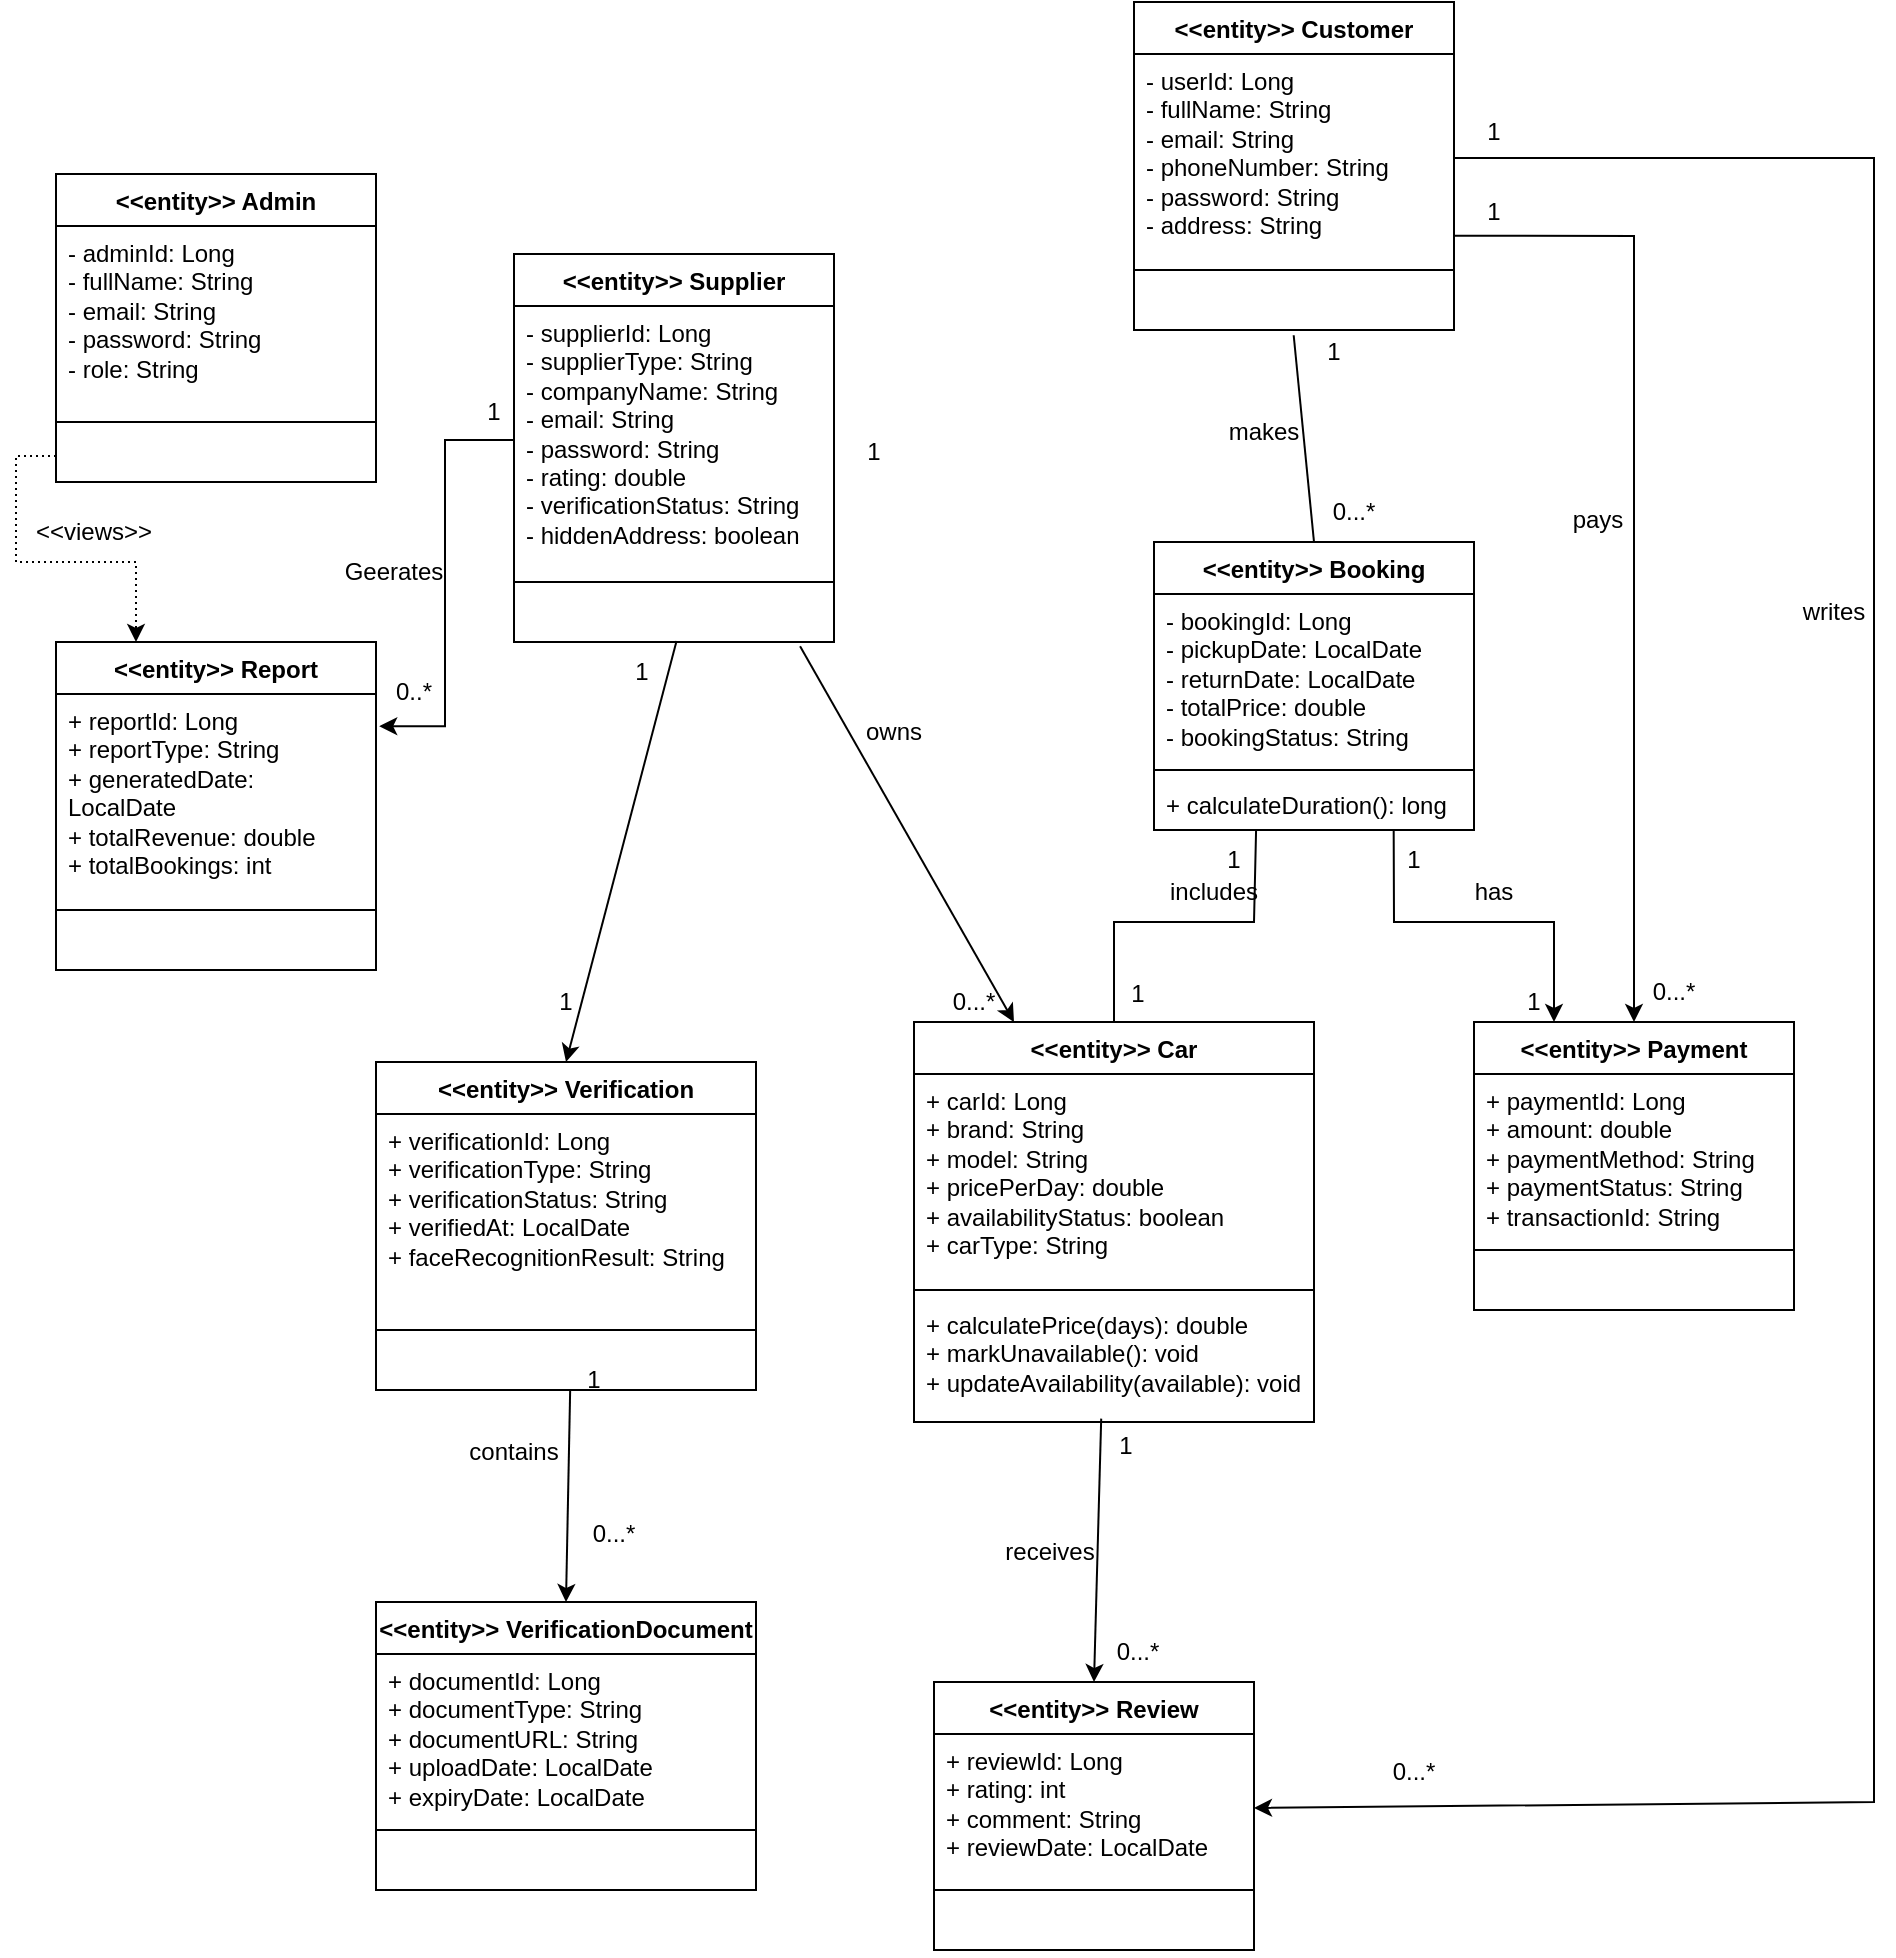
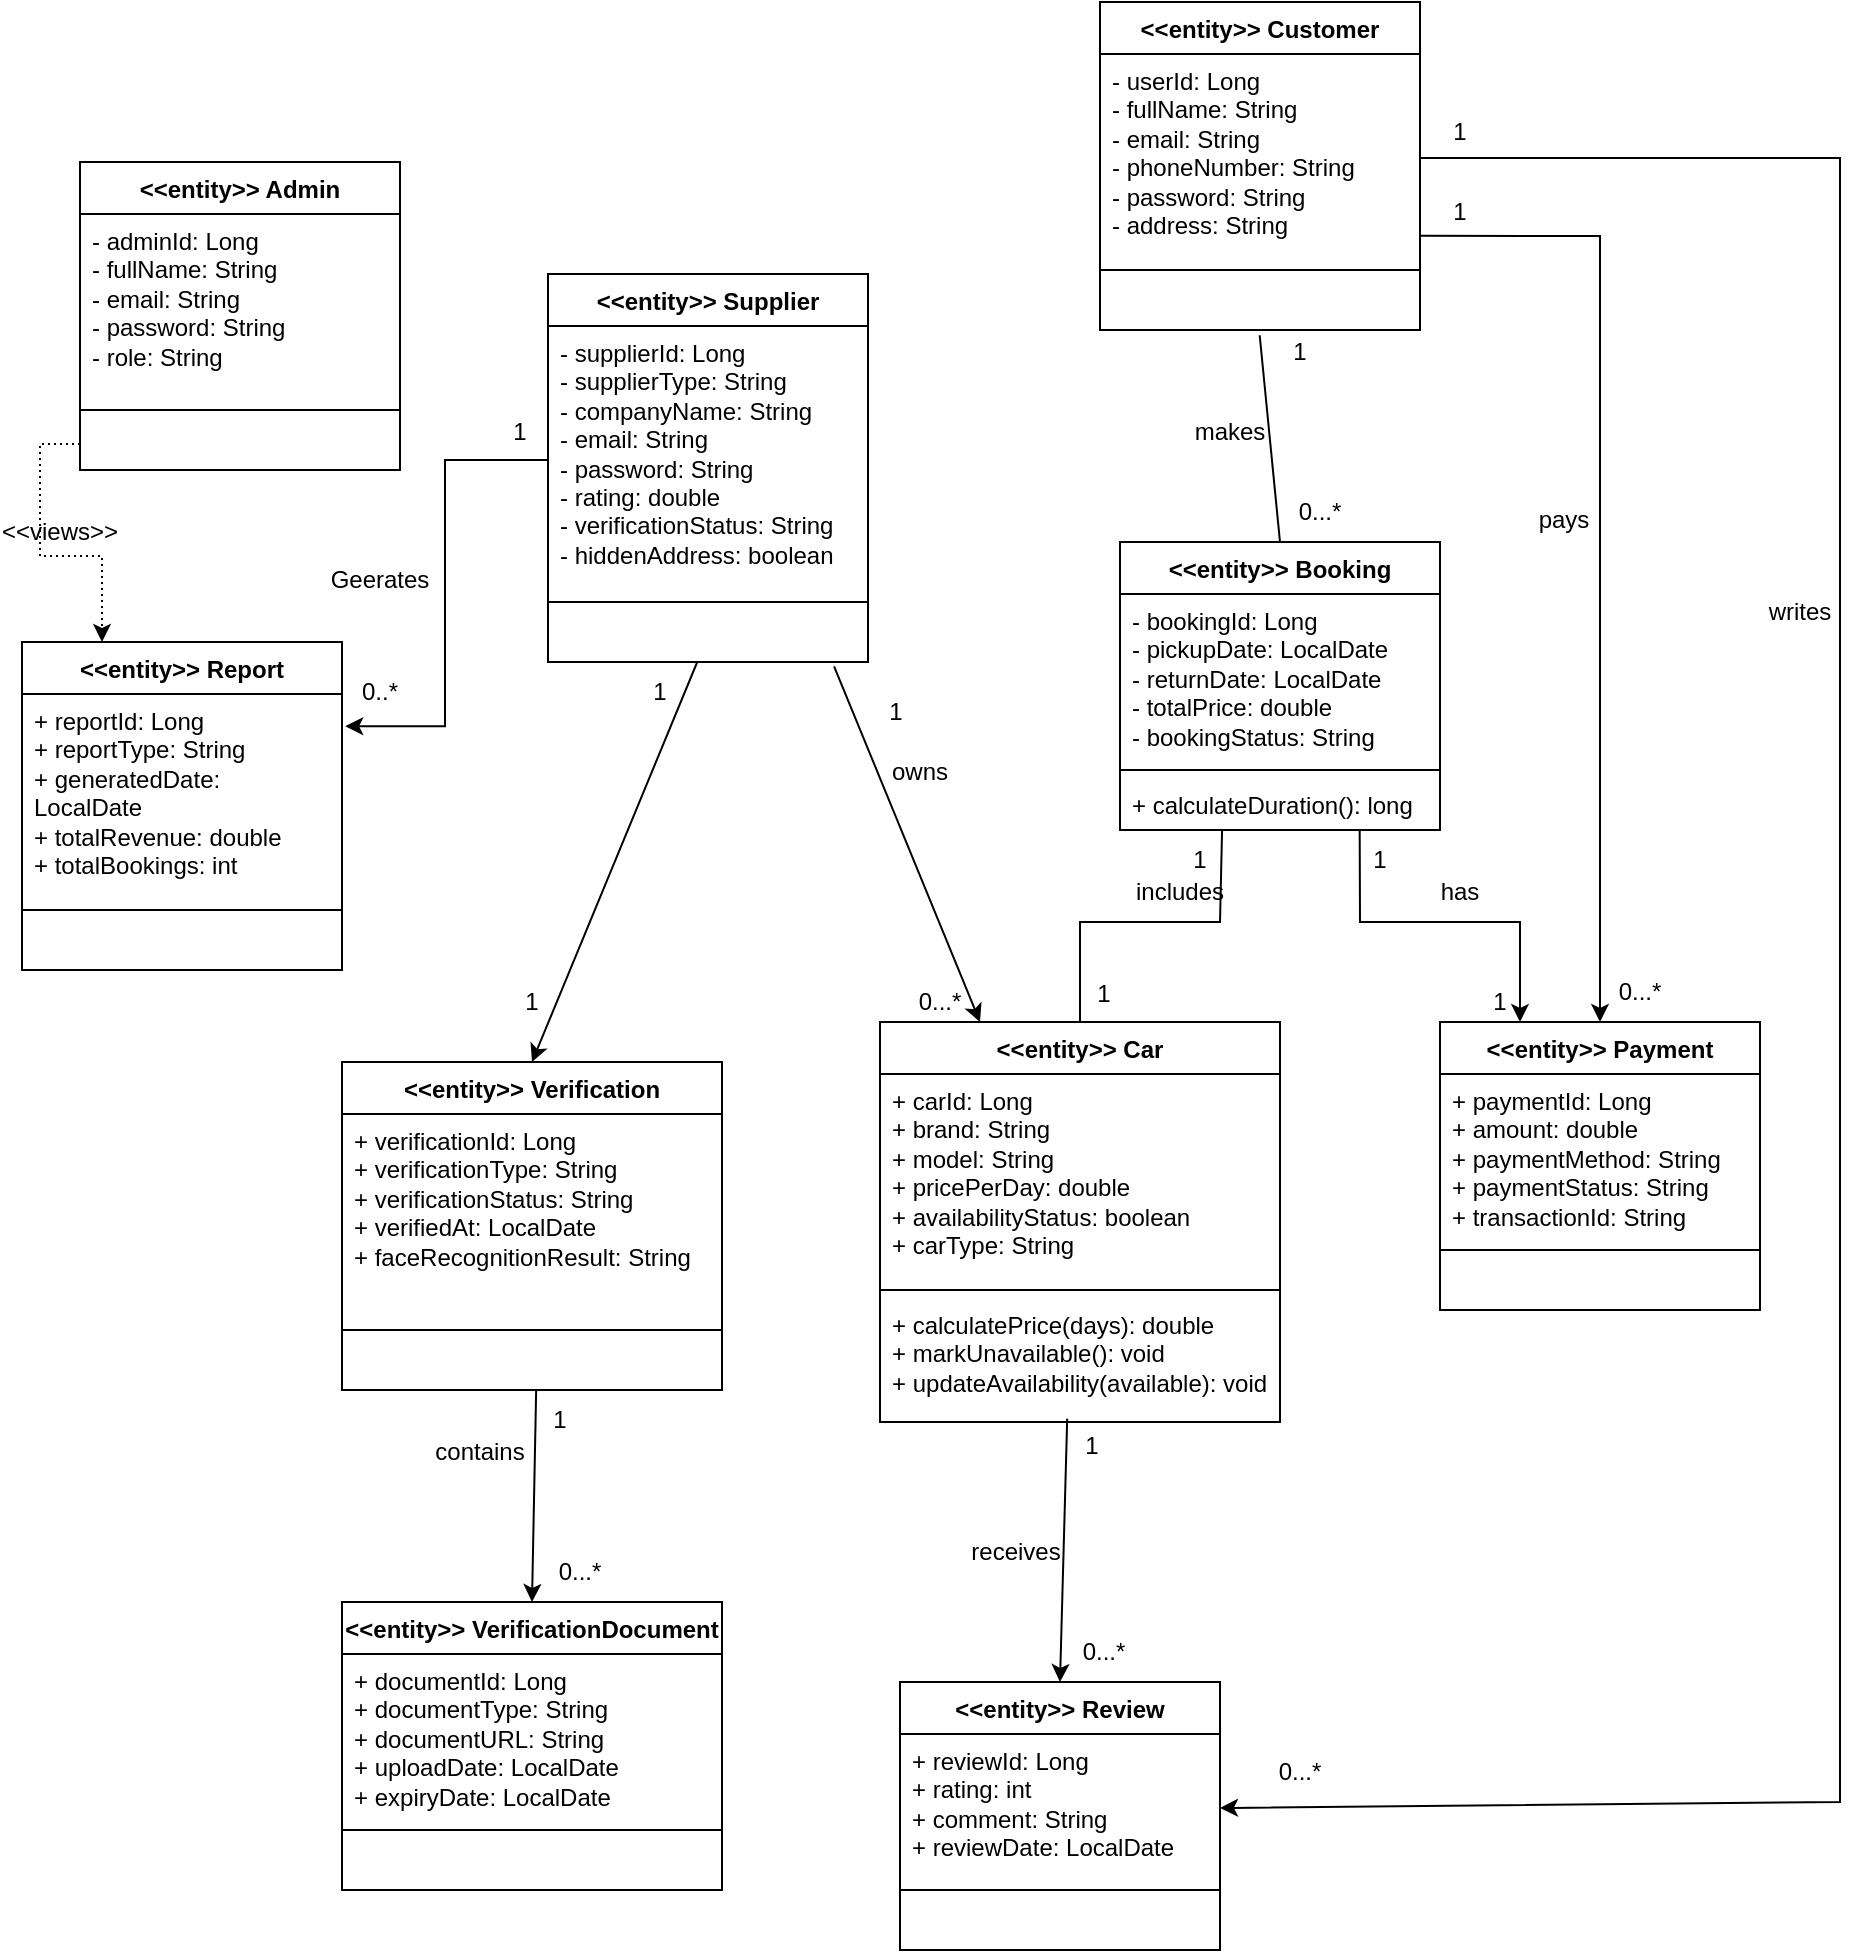
<mxfile host="app.diagrams.net">
  <diagram name="Page-1" id="w_6y3Cm9EL14zwJJ66jD">
-     <mxGraphModel dx="1230" dy="717" grid="1" gridSize="10" guides="1" tooltips="1" connect="1" arrows="1" fold="1" page="1" pageScale="1" pageWidth="827" pageHeight="1169" math="0" shadow="0">
+     <mxGraphModel dx="1488" dy="867" grid="1" gridSize="10" guides="1" tooltips="1" connect="1" arrows="1" fold="1" page="1" pageScale="1" pageWidth="827" pageHeight="1169" math="0" shadow="0">
      <root>
        <mxCell id="0" />
        <mxCell id="1" parent="0" />
        <mxCell id="jESeQl03y5kgQQ3_RAol-2" parent="1" style="swimlane;fontStyle=1;align=center;verticalAlign=top;childLayout=stackLayout;horizontal=1;startSize=26;horizontalStack=0;resizeParent=1;resizeParentMax=0;resizeLast=0;collapsible=1;marginBottom=0;whiteSpace=wrap;html=1;" value="&amp;lt;&amp;lt;entity&amp;gt;&amp;gt; Admin" vertex="1">
-           <mxGeometry height="154" width="160" x="91" y="186" as="geometry" />
+           <mxGeometry height="154" width="160" x="120" y="180" as="geometry" />
        </mxCell>
        <mxCell id="jESeQl03y5kgQQ3_RAol-3" parent="jESeQl03y5kgQQ3_RAol-2" style="text;strokeColor=none;fillColor=none;align=left;verticalAlign=top;spacingLeft=4;spacingRight=4;overflow=hidden;rotatable=0;points=[[0,0.5],[1,0.5]];portConstraint=eastwest;whiteSpace=wrap;html=1;" value="&lt;div&gt;- adminId: Long&lt;/div&gt;&lt;div&gt;&lt;span style=&quot;background-color: transparent; color: light-dark(rgb(0, 0, 0), rgb(255, 255, 255));&quot;&gt;- fullName: String&lt;/span&gt;&lt;/div&gt;&lt;div&gt;- email: String&lt;/div&gt;&lt;div&gt;- password: String&lt;/div&gt;&lt;div&gt;- role: String&lt;/div&gt;" vertex="1">
          <mxGeometry height="94" width="160" y="26" as="geometry" />
        </mxCell>
        <mxCell id="jESeQl03y5kgQQ3_RAol-4" parent="jESeQl03y5kgQQ3_RAol-2" style="line;strokeWidth=1;fillColor=none;align=left;verticalAlign=middle;spacingTop=-1;spacingLeft=3;spacingRight=3;rotatable=0;labelPosition=right;points=[];portConstraint=eastwest;strokeColor=inherit;" value="" vertex="1">
          <mxGeometry height="8" width="160" y="120" as="geometry" />
        </mxCell>
        <mxCell id="jESeQl03y5kgQQ3_RAol-5" parent="jESeQl03y5kgQQ3_RAol-2" style="text;strokeColor=none;fillColor=none;align=left;verticalAlign=top;spacingLeft=4;spacingRight=4;overflow=hidden;rotatable=0;points=[[0,0.5],[1,0.5]];portConstraint=eastwest;whiteSpace=wrap;html=1;" value="&amp;nbsp;" vertex="1">
          <mxGeometry height="26" width="160" y="128" as="geometry" />
        </mxCell>
        <mxCell id="jESeQl03y5kgQQ3_RAol-6" parent="1" style="swimlane;fontStyle=1;align=center;verticalAlign=top;childLayout=stackLayout;horizontal=1;startSize=26;horizontalStack=0;resizeParent=1;resizeParentMax=0;resizeLast=0;collapsible=1;marginBottom=0;whiteSpace=wrap;html=1;" value="&amp;lt;&amp;lt;entity&amp;gt;&amp;gt; Customer" vertex="1">
          <mxGeometry height="164" width="160" x="630" y="100" as="geometry" />
        </mxCell>
        <mxCell id="jESeQl03y5kgQQ3_RAol-7" parent="jESeQl03y5kgQQ3_RAol-6" style="text;strokeColor=none;fillColor=none;align=left;verticalAlign=top;spacingLeft=4;spacingRight=4;overflow=hidden;rotatable=0;points=[[0,0.5],[1,0.5]];portConstraint=eastwest;whiteSpace=wrap;html=1;" value="&lt;div&gt;- userId: Long&lt;/div&gt;&lt;div&gt;- fullName: String&lt;/div&gt;&lt;div&gt;- email: String&lt;/div&gt;&lt;div&gt;- phoneNumber: String&lt;/div&gt;&lt;div&gt;- password: String&lt;/div&gt;&lt;div&gt;- address: String&lt;/div&gt;" vertex="1">
          <mxGeometry height="104" width="160" y="26" as="geometry" />
        </mxCell>
        <mxCell id="jESeQl03y5kgQQ3_RAol-8" parent="jESeQl03y5kgQQ3_RAol-6" style="line;strokeWidth=1;fillColor=none;align=left;verticalAlign=middle;spacingTop=-1;spacingLeft=3;spacingRight=3;rotatable=0;labelPosition=right;points=[];portConstraint=eastwest;strokeColor=inherit;" value="" vertex="1">
          <mxGeometry height="8" width="160" y="130" as="geometry" />
        </mxCell>
        <mxCell id="jESeQl03y5kgQQ3_RAol-9" parent="jESeQl03y5kgQQ3_RAol-6" style="text;strokeColor=none;fillColor=none;align=left;verticalAlign=top;spacingLeft=4;spacingRight=4;overflow=hidden;rotatable=0;points=[[0,0.5],[1,0.5]];portConstraint=eastwest;whiteSpace=wrap;html=1;" value="&amp;nbsp;" vertex="1">
          <mxGeometry height="26" width="160" y="138" as="geometry" />
        </mxCell>
        <mxCell id="jESeQl03y5kgQQ3_RAol-10" parent="1" style="swimlane;fontStyle=1;align=center;verticalAlign=top;childLayout=stackLayout;horizontal=1;startSize=26;horizontalStack=0;resizeParent=1;resizeParentMax=0;resizeLast=0;collapsible=1;marginBottom=0;whiteSpace=wrap;html=1;" value="&amp;lt;&amp;lt;entity&amp;gt;&amp;gt; Supplier" vertex="1">
-           <mxGeometry height="194" width="160" x="320" y="226" as="geometry" />
+           <mxGeometry height="194" width="160" x="354" y="236" as="geometry" />
        </mxCell>
        <mxCell id="jESeQl03y5kgQQ3_RAol-11" parent="jESeQl03y5kgQQ3_RAol-10" style="text;strokeColor=none;fillColor=none;align=left;verticalAlign=top;spacingLeft=4;spacingRight=4;overflow=hidden;rotatable=0;points=[[0,0.5],[1,0.5]];portConstraint=eastwest;whiteSpace=wrap;html=1;" value="&lt;div&gt;- supplierId: Long&lt;/div&gt;&lt;div&gt;- supplierType: String&lt;/div&gt;&lt;div&gt;- companyName: String&lt;/div&gt;&lt;div&gt;- email: String&lt;/div&gt;&lt;div&gt;- password: String&lt;/div&gt;&lt;div&gt;- rating: double&lt;/div&gt;&lt;div&gt;- verificationStatus: String&lt;/div&gt;&lt;div&gt;- hiddenAddress: boolean&lt;/div&gt;" vertex="1">
          <mxGeometry height="134" width="160" y="26" as="geometry" />
        </mxCell>
        <mxCell id="jESeQl03y5kgQQ3_RAol-12" parent="jESeQl03y5kgQQ3_RAol-10" style="line;strokeWidth=1;fillColor=none;align=left;verticalAlign=middle;spacingTop=-1;spacingLeft=3;spacingRight=3;rotatable=0;labelPosition=right;points=[];portConstraint=eastwest;strokeColor=inherit;" value="" vertex="1">
          <mxGeometry height="8" width="160" y="160" as="geometry" />
        </mxCell>
        <mxCell id="jESeQl03y5kgQQ3_RAol-13" parent="jESeQl03y5kgQQ3_RAol-10" style="text;strokeColor=none;fillColor=none;align=left;verticalAlign=top;spacingLeft=4;spacingRight=4;overflow=hidden;rotatable=0;points=[[0,0.5],[1,0.5]];portConstraint=eastwest;whiteSpace=wrap;html=1;" value="&amp;nbsp;" vertex="1">
          <mxGeometry height="26" width="160" y="168" as="geometry" />
        </mxCell>
        <mxCell id="jESeQl03y5kgQQ3_RAol-14" parent="1" style="swimlane;fontStyle=1;align=center;verticalAlign=top;childLayout=stackLayout;horizontal=1;startSize=26;horizontalStack=0;resizeParent=1;resizeParentMax=0;resizeLast=0;collapsible=1;marginBottom=0;whiteSpace=wrap;html=1;" value="&amp;lt;&amp;lt;entity&amp;gt;&amp;gt; Booking" vertex="1">
          <mxGeometry height="144" width="160" x="640" y="370" as="geometry" />
        </mxCell>
        <mxCell id="jESeQl03y5kgQQ3_RAol-15" parent="jESeQl03y5kgQQ3_RAol-14" style="text;strokeColor=none;fillColor=none;align=left;verticalAlign=top;spacingLeft=4;spacingRight=4;overflow=hidden;rotatable=0;points=[[0,0.5],[1,0.5]];portConstraint=eastwest;whiteSpace=wrap;html=1;" value="&lt;div&gt;- bookingId: Long&lt;/div&gt;&lt;div&gt;- pickupDate: LocalDate&lt;/div&gt;&lt;div&gt;- returnDate: LocalDate&lt;/div&gt;&lt;div&gt;- totalPrice: double&lt;/div&gt;&lt;div&gt;- bookingStatus: String&lt;/div&gt;" vertex="1">
          <mxGeometry height="84" width="160" y="26" as="geometry" />
        </mxCell>
        <mxCell id="jESeQl03y5kgQQ3_RAol-16" parent="jESeQl03y5kgQQ3_RAol-14" style="line;strokeWidth=1;fillColor=none;align=left;verticalAlign=middle;spacingTop=-1;spacingLeft=3;spacingRight=3;rotatable=0;labelPosition=right;points=[];portConstraint=eastwest;strokeColor=inherit;" value="" vertex="1">
          <mxGeometry height="8" width="160" y="110" as="geometry" />
        </mxCell>
        <mxCell id="jESeQl03y5kgQQ3_RAol-17" parent="jESeQl03y5kgQQ3_RAol-14" style="text;strokeColor=none;fillColor=none;align=left;verticalAlign=top;spacingLeft=4;spacingRight=4;overflow=hidden;rotatable=0;points=[[0,0.5],[1,0.5]];portConstraint=eastwest;whiteSpace=wrap;html=1;" value="&lt;div&gt;+ calculateDuration(): long&lt;/div&gt;" vertex="1">
          <mxGeometry height="26" width="160" y="118" as="geometry" />
        </mxCell>
        <mxCell id="jESeQl03y5kgQQ3_RAol-18" parent="1" style="swimlane;fontStyle=1;align=center;verticalAlign=top;childLayout=stackLayout;horizontal=1;startSize=26;horizontalStack=0;resizeParent=1;resizeParentMax=0;resizeLast=0;collapsible=1;marginBottom=0;whiteSpace=wrap;html=1;" value="&amp;lt;&amp;lt;entity&amp;gt;&amp;gt; Payment" vertex="1">
          <mxGeometry height="144" width="160" x="800" y="610" as="geometry" />
        </mxCell>
        <mxCell id="jESeQl03y5kgQQ3_RAol-19" parent="jESeQl03y5kgQQ3_RAol-18" style="text;strokeColor=none;fillColor=none;align=left;verticalAlign=top;spacingLeft=4;spacingRight=4;overflow=hidden;rotatable=0;points=[[0,0.5],[1,0.5]];portConstraint=eastwest;whiteSpace=wrap;html=1;" value="&lt;div&gt;+ paymentId: Long&lt;/div&gt;&lt;div&gt;+ amount: double&lt;/div&gt;&lt;div&gt;+ paymentMethod: String&lt;/div&gt;&lt;div&gt;+ paymentStatus: String&lt;/div&gt;&lt;div&gt;+ transactionId: String&lt;/div&gt;" vertex="1">
          <mxGeometry height="84" width="160" y="26" as="geometry" />
        </mxCell>
        <mxCell id="jESeQl03y5kgQQ3_RAol-20" parent="jESeQl03y5kgQQ3_RAol-18" style="line;strokeWidth=1;fillColor=none;align=left;verticalAlign=middle;spacingTop=-1;spacingLeft=3;spacingRight=3;rotatable=0;labelPosition=right;points=[];portConstraint=eastwest;strokeColor=inherit;" value="" vertex="1">
          <mxGeometry height="8" width="160" y="110" as="geometry" />
        </mxCell>
        <mxCell id="jESeQl03y5kgQQ3_RAol-21" parent="jESeQl03y5kgQQ3_RAol-18" style="text;strokeColor=none;fillColor=none;align=left;verticalAlign=top;spacingLeft=4;spacingRight=4;overflow=hidden;rotatable=0;points=[[0,0.5],[1,0.5]];portConstraint=eastwest;whiteSpace=wrap;html=1;" value="&amp;nbsp;" vertex="1">
          <mxGeometry height="26" width="160" y="118" as="geometry" />
        </mxCell>
        <mxCell id="jESeQl03y5kgQQ3_RAol-22" parent="1" style="swimlane;fontStyle=1;align=center;verticalAlign=top;childLayout=stackLayout;horizontal=1;startSize=26;horizontalStack=0;resizeParent=1;resizeParentMax=0;resizeLast=0;collapsible=1;marginBottom=0;whiteSpace=wrap;html=1;" value="&amp;lt;&amp;lt;entity&amp;gt;&amp;gt; Car" vertex="1">
          <mxGeometry height="200" width="200" x="520" y="610" as="geometry" />
        </mxCell>
        <mxCell id="jESeQl03y5kgQQ3_RAol-23" parent="jESeQl03y5kgQQ3_RAol-22" style="text;strokeColor=none;fillColor=none;align=left;verticalAlign=top;spacingLeft=4;spacingRight=4;overflow=hidden;rotatable=0;points=[[0,0.5],[1,0.5]];portConstraint=eastwest;whiteSpace=wrap;html=1;" value="&lt;div&gt;+ carId: Long&lt;/div&gt;&lt;div&gt;+ brand: String&lt;/div&gt;&lt;div&gt;+ model: String&lt;/div&gt;&lt;div&gt;+ pricePerDay: double&lt;/div&gt;&lt;div&gt;+ availabilityStatus: boolean&lt;/div&gt;&lt;div&gt;+ carType: String&lt;/div&gt;" vertex="1">
          <mxGeometry height="104" width="200" y="26" as="geometry" />
        </mxCell>
        <mxCell id="jESeQl03y5kgQQ3_RAol-24" parent="jESeQl03y5kgQQ3_RAol-22" style="line;strokeWidth=1;fillColor=none;align=left;verticalAlign=middle;spacingTop=-1;spacingLeft=3;spacingRight=3;rotatable=0;labelPosition=right;points=[];portConstraint=eastwest;strokeColor=inherit;" value="" vertex="1">
          <mxGeometry height="8" width="200" y="130" as="geometry" />
        </mxCell>
        <mxCell id="jESeQl03y5kgQQ3_RAol-25" parent="jESeQl03y5kgQQ3_RAol-22" style="text;strokeColor=none;fillColor=none;align=left;verticalAlign=top;spacingLeft=4;spacingRight=4;overflow=hidden;rotatable=0;points=[[0,0.5],[1,0.5]];portConstraint=eastwest;whiteSpace=wrap;html=1;" value="&lt;div&gt;+ calculatePrice(days): double&lt;/div&gt;&lt;div&gt;+ markUnavailable(): void&lt;/div&gt;&lt;div&gt;+ updateAvailability(available): void&lt;/div&gt;" vertex="1">
          <mxGeometry height="62" width="200" y="138" as="geometry" />
        </mxCell>
        <mxCell id="jESeQl03y5kgQQ3_RAol-26" parent="1" style="swimlane;fontStyle=1;align=center;verticalAlign=top;childLayout=stackLayout;horizontal=1;startSize=26;horizontalStack=0;resizeParent=1;resizeParentMax=0;resizeLast=0;collapsible=1;marginBottom=0;whiteSpace=wrap;html=1;" value="&amp;lt;&amp;lt;entity&amp;gt;&amp;gt; Verification" vertex="1">
          <mxGeometry height="164" width="190" x="251" y="630" as="geometry" />
        </mxCell>
        <mxCell id="jESeQl03y5kgQQ3_RAol-27" parent="jESeQl03y5kgQQ3_RAol-26" style="text;strokeColor=none;fillColor=none;align=left;verticalAlign=top;spacingLeft=4;spacingRight=4;overflow=hidden;rotatable=0;points=[[0,0.5],[1,0.5]];portConstraint=eastwest;whiteSpace=wrap;html=1;" value="&lt;div&gt;+ verificationId: Long&lt;/div&gt;&lt;div&gt;+ verificationType: String&lt;/div&gt;&lt;div&gt;+ verificationStatus: String&lt;/div&gt;&lt;div&gt;+ verifiedAt: LocalDate&lt;/div&gt;&lt;div&gt;+ faceRecognitionResult: String&lt;/div&gt;" vertex="1">
          <mxGeometry height="104" width="190" y="26" as="geometry" />
        </mxCell>
        <mxCell id="jESeQl03y5kgQQ3_RAol-28" parent="jESeQl03y5kgQQ3_RAol-26" style="line;strokeWidth=1;fillColor=none;align=left;verticalAlign=middle;spacingTop=-1;spacingLeft=3;spacingRight=3;rotatable=0;labelPosition=right;points=[];portConstraint=eastwest;strokeColor=inherit;" value="" vertex="1">
          <mxGeometry height="8" width="190" y="130" as="geometry" />
        </mxCell>
        <mxCell id="jESeQl03y5kgQQ3_RAol-29" parent="jESeQl03y5kgQQ3_RAol-26" style="text;strokeColor=none;fillColor=none;align=left;verticalAlign=top;spacingLeft=4;spacingRight=4;overflow=hidden;rotatable=0;points=[[0,0.5],[1,0.5]];portConstraint=eastwest;whiteSpace=wrap;html=1;" value="&amp;nbsp;" vertex="1">
          <mxGeometry height="26" width="190" y="138" as="geometry" />
        </mxCell>
        <mxCell id="jESeQl03y5kgQQ3_RAol-30" parent="1" style="swimlane;fontStyle=1;align=center;verticalAlign=top;childLayout=stackLayout;horizontal=1;startSize=26;horizontalStack=0;resizeParent=1;resizeParentMax=0;resizeLast=0;collapsible=1;marginBottom=0;whiteSpace=wrap;html=1;" value="&amp;lt;&amp;lt;entity&amp;gt;&amp;gt; Report" vertex="1">
          <mxGeometry height="164" width="160" x="91" y="420" as="geometry" />
        </mxCell>
        <mxCell id="jESeQl03y5kgQQ3_RAol-31" parent="jESeQl03y5kgQQ3_RAol-30" style="text;strokeColor=none;fillColor=none;align=left;verticalAlign=top;spacingLeft=4;spacingRight=4;overflow=hidden;rotatable=0;points=[[0,0.5],[1,0.5]];portConstraint=eastwest;whiteSpace=wrap;html=1;" value="&lt;div&gt;+ reportId: Long&lt;/div&gt;&lt;div&gt;+ reportType: String&lt;/div&gt;&lt;div&gt;+ generatedDate: LocalDate&lt;/div&gt;&lt;div&gt;+ totalRevenue: double&lt;/div&gt;&lt;div&gt;+ totalBookings: int&lt;/div&gt;" vertex="1">
          <mxGeometry height="104" width="160" y="26" as="geometry" />
        </mxCell>
        <mxCell id="jESeQl03y5kgQQ3_RAol-32" parent="jESeQl03y5kgQQ3_RAol-30" style="line;strokeWidth=1;fillColor=none;align=left;verticalAlign=middle;spacingTop=-1;spacingLeft=3;spacingRight=3;rotatable=0;labelPosition=right;points=[];portConstraint=eastwest;strokeColor=inherit;" value="" vertex="1">
          <mxGeometry height="8" width="160" y="130" as="geometry" />
        </mxCell>
        <mxCell id="jESeQl03y5kgQQ3_RAol-33" parent="jESeQl03y5kgQQ3_RAol-30" style="text;strokeColor=none;fillColor=none;align=left;verticalAlign=top;spacingLeft=4;spacingRight=4;overflow=hidden;rotatable=0;points=[[0,0.5],[1,0.5]];portConstraint=eastwest;whiteSpace=wrap;html=1;" value="&amp;nbsp;" vertex="1">
          <mxGeometry height="26" width="160" y="138" as="geometry" />
        </mxCell>
        <mxCell id="jESeQl03y5kgQQ3_RAol-34" parent="1" style="swimlane;fontStyle=1;align=center;verticalAlign=top;childLayout=stackLayout;horizontal=1;startSize=26;horizontalStack=0;resizeParent=1;resizeParentMax=0;resizeLast=0;collapsible=1;marginBottom=0;whiteSpace=wrap;html=1;" value="&lt;div&gt;&lt;span style=&quot;background-color: transparent; color: light-dark(rgb(0, 0, 0), rgb(255, 255, 255));&quot;&gt;&amp;lt;&amp;lt;entity&amp;gt;&amp;gt;&amp;nbsp;&lt;/span&gt;VerificationDocument&lt;/div&gt;" vertex="1">
          <mxGeometry height="144" width="190" x="251" y="900" as="geometry" />
        </mxCell>
        <mxCell id="jESeQl03y5kgQQ3_RAol-35" parent="jESeQl03y5kgQQ3_RAol-34" style="text;strokeColor=none;fillColor=none;align=left;verticalAlign=top;spacingLeft=4;spacingRight=4;overflow=hidden;rotatable=0;points=[[0,0.5],[1,0.5]];portConstraint=eastwest;whiteSpace=wrap;html=1;" value="&lt;div&gt;+ documentId: Long&lt;/div&gt;&lt;div&gt;+ documentType: String&lt;/div&gt;&lt;div&gt;+ documentURL: String&lt;/div&gt;&lt;div&gt;+ uploadDate: LocalDate&lt;/div&gt;&lt;div&gt;+ expiryDate: LocalDate&lt;/div&gt;" vertex="1">
          <mxGeometry height="84" width="190" y="26" as="geometry" />
        </mxCell>
        <mxCell id="jESeQl03y5kgQQ3_RAol-36" parent="jESeQl03y5kgQQ3_RAol-34" style="line;strokeWidth=1;fillColor=none;align=left;verticalAlign=middle;spacingTop=-1;spacingLeft=3;spacingRight=3;rotatable=0;labelPosition=right;points=[];portConstraint=eastwest;strokeColor=inherit;" value="" vertex="1">
          <mxGeometry height="8" width="190" y="110" as="geometry" />
        </mxCell>
        <mxCell id="jESeQl03y5kgQQ3_RAol-37" parent="jESeQl03y5kgQQ3_RAol-34" style="text;strokeColor=none;fillColor=none;align=left;verticalAlign=top;spacingLeft=4;spacingRight=4;overflow=hidden;rotatable=0;points=[[0,0.5],[1,0.5]];portConstraint=eastwest;whiteSpace=wrap;html=1;" value="&amp;nbsp;" vertex="1">
          <mxGeometry height="26" width="190" y="118" as="geometry" />
        </mxCell>
        <mxCell id="jESeQl03y5kgQQ3_RAol-38" parent="1" style="swimlane;fontStyle=1;align=center;verticalAlign=top;childLayout=stackLayout;horizontal=1;startSize=26;horizontalStack=0;resizeParent=1;resizeParentMax=0;resizeLast=0;collapsible=1;marginBottom=0;whiteSpace=wrap;html=1;" value="&amp;lt;&amp;lt;entity&amp;gt;&amp;gt; Review" vertex="1">
          <mxGeometry height="134" width="160" x="530" y="940" as="geometry" />
        </mxCell>
        <mxCell id="jESeQl03y5kgQQ3_RAol-39" parent="jESeQl03y5kgQQ3_RAol-38" style="text;strokeColor=none;fillColor=none;align=left;verticalAlign=top;spacingLeft=4;spacingRight=4;overflow=hidden;rotatable=0;points=[[0,0.5],[1,0.5]];portConstraint=eastwest;whiteSpace=wrap;html=1;" value="&lt;div&gt;+ reviewId: Long&lt;/div&gt;&lt;div&gt;+ rating: int&lt;/div&gt;&lt;div&gt;+ comment: String&lt;/div&gt;&lt;div&gt;+ reviewDate: LocalDate&lt;/div&gt;" vertex="1">
          <mxGeometry height="74" width="160" y="26" as="geometry" />
        </mxCell>
        <mxCell id="jESeQl03y5kgQQ3_RAol-40" parent="jESeQl03y5kgQQ3_RAol-38" style="line;strokeWidth=1;fillColor=none;align=left;verticalAlign=middle;spacingTop=-1;spacingLeft=3;spacingRight=3;rotatable=0;labelPosition=right;points=[];portConstraint=eastwest;strokeColor=inherit;" value="" vertex="1">
          <mxGeometry height="8" width="160" y="100" as="geometry" />
        </mxCell>
        <mxCell id="jESeQl03y5kgQQ3_RAol-41" parent="jESeQl03y5kgQQ3_RAol-38" style="text;strokeColor=none;fillColor=none;align=left;verticalAlign=top;spacingLeft=4;spacingRight=4;overflow=hidden;rotatable=0;points=[[0,0.5],[1,0.5]];portConstraint=eastwest;whiteSpace=wrap;html=1;" value="&amp;nbsp;" vertex="1">
          <mxGeometry height="26" width="160" y="108" as="geometry" />
        </mxCell>
        <mxCell id="jESeQl03y5kgQQ3_RAol-42" edge="1" parent="1" source="jESeQl03y5kgQQ3_RAol-14" style="endArrow=none;html=1;rounded=0;entryX=0.499;entryY=1.101;entryDx=0;entryDy=0;entryPerimeter=0;exitX=0.5;exitY=0;exitDx=0;exitDy=0;" target="jESeQl03y5kgQQ3_RAol-9" value="">
          <mxGeometry height="50" relative="1" width="50" as="geometry">
            <mxPoint x="430" y="620" as="sourcePoint" />
            <mxPoint x="480" y="570" as="targetPoint" />
          </mxGeometry>
        </mxCell>
        <mxCell id="jESeQl03y5kgQQ3_RAol-43" parent="1" style="text;html=1;whiteSpace=wrap;strokeColor=none;fillColor=none;align=center;verticalAlign=middle;rounded=0;" value="1" vertex="1">
          <mxGeometry height="30" width="60" x="700" y="260" as="geometry" />
        </mxCell>
        <mxCell id="jESeQl03y5kgQQ3_RAol-44" parent="1" style="text;html=1;whiteSpace=wrap;strokeColor=none;fillColor=none;align=center;verticalAlign=middle;rounded=0;" value="0...*" vertex="1">
          <mxGeometry height="30" width="60" x="710" y="340" as="geometry" />
        </mxCell>
        <mxCell id="jESeQl03y5kgQQ3_RAol-45" edge="1" parent="1" source="jESeQl03y5kgQQ3_RAol-22" style="endArrow=none;html=1;rounded=0;entryX=0.319;entryY=1;entryDx=0;entryDy=0;entryPerimeter=0;exitX=0.5;exitY=0;exitDx=0;exitDy=0;" target="jESeQl03y5kgQQ3_RAol-17" value="">
          <mxGeometry height="50" relative="1" width="50" as="geometry">
            <Array as="points">
              <mxPoint x="620" y="560" />
              <mxPoint x="690" y="560" />
            </Array>
            <mxPoint x="700" y="553" as="sourcePoint" />
            <mxPoint x="700" y="450" as="targetPoint" />
          </mxGeometry>
        </mxCell>
        <mxCell id="jESeQl03y5kgQQ3_RAol-46" parent="1" style="text;html=1;whiteSpace=wrap;strokeColor=none;fillColor=none;align=center;verticalAlign=middle;rounded=0;" value="1" vertex="1">
          <mxGeometry height="30" width="60" x="602" y="581" as="geometry" />
        </mxCell>
        <mxCell id="jESeQl03y5kgQQ3_RAol-47" parent="1" style="text;html=1;whiteSpace=wrap;strokeColor=none;fillColor=none;align=center;verticalAlign=middle;rounded=0;" value="1" vertex="1">
          <mxGeometry height="30" width="60" x="650" y="514" as="geometry" />
        </mxCell>
        <mxCell id="jESeQl03y5kgQQ3_RAol-48" edge="1" parent="1" source="jESeQl03y5kgQQ3_RAol-18" style="endArrow=none;html=1;rounded=0;entryX=1.003;entryY=0.874;entryDx=0;entryDy=0;entryPerimeter=0;exitX=0.5;exitY=0;exitDx=0;exitDy=0;startArrow=classic;startFill=1;" target="jESeQl03y5kgQQ3_RAol-7" value="">
          <mxGeometry height="50" relative="1" width="50" as="geometry">
            <Array as="points">
              <mxPoint x="880" y="217" />
            </Array>
            <mxPoint x="770" y="550" as="sourcePoint" />
            <mxPoint x="820" y="500" as="targetPoint" />
          </mxGeometry>
        </mxCell>
        <mxCell id="jESeQl03y5kgQQ3_RAol-49" parent="1" style="text;html=1;whiteSpace=wrap;strokeColor=none;fillColor=none;align=center;verticalAlign=middle;rounded=0;" value="1" vertex="1">
          <mxGeometry height="30" width="60" x="780" y="190" as="geometry" />
        </mxCell>
        <mxCell id="jESeQl03y5kgQQ3_RAol-51" parent="1" style="text;html=1;whiteSpace=wrap;strokeColor=none;fillColor=none;align=center;verticalAlign=middle;rounded=0;" value="0...*" vertex="1">
          <mxGeometry height="30" width="60" x="870" y="580" as="geometry" />
        </mxCell>
        <mxCell id="jESeQl03y5kgQQ3_RAol-52" edge="1" parent="1" source="jESeQl03y5kgQQ3_RAol-39" style="endArrow=none;html=1;rounded=0;entryX=1;entryY=0.5;entryDx=0;entryDy=0;exitX=1;exitY=0.5;exitDx=0;exitDy=0;startArrow=classic;startFill=1;" target="jESeQl03y5kgQQ3_RAol-7" value="">
          <mxGeometry height="50" relative="1" width="50" as="geometry">
            <Array as="points">
              <mxPoint x="1000" y="1000" />
              <mxPoint x="1000" y="178" />
            </Array>
            <mxPoint x="770" y="460" as="sourcePoint" />
            <mxPoint x="820" y="410" as="targetPoint" />
          </mxGeometry>
        </mxCell>
        <mxCell id="jESeQl03y5kgQQ3_RAol-53" parent="1" style="text;html=1;whiteSpace=wrap;strokeColor=none;fillColor=none;align=center;verticalAlign=middle;rounded=0;" value="1" vertex="1">
          <mxGeometry height="30" width="60" x="780" y="150" as="geometry" />
        </mxCell>
        <mxCell id="jESeQl03y5kgQQ3_RAol-54" parent="1" style="text;html=1;whiteSpace=wrap;strokeColor=none;fillColor=none;align=center;verticalAlign=middle;rounded=0;" value="0...*" vertex="1">
-           <mxGeometry height="30" width="60" x="740" y="970" as="geometry" />
+           <mxGeometry height="30" width="60" x="700" y="970" as="geometry" />
        </mxCell>
        <mxCell id="jESeQl03y5kgQQ3_RAol-55" edge="1" parent="1" source="jESeQl03y5kgQQ3_RAol-17" style="endArrow=classic;html=1;rounded=0;entryX=0.25;entryY=0;entryDx=0;entryDy=0;exitX=0.749;exitY=0.993;exitDx=0;exitDy=0;exitPerimeter=0;endFill=1;" target="jESeQl03y5kgQQ3_RAol-18" value="">
          <mxGeometry height="50" relative="1" width="50" as="geometry">
            <Array as="points">
              <mxPoint x="760" y="560" />
              <mxPoint x="840" y="560" />
            </Array>
            <mxPoint x="690" y="490" as="sourcePoint" />
            <mxPoint x="740" y="440" as="targetPoint" />
          </mxGeometry>
        </mxCell>
        <mxCell id="jESeQl03y5kgQQ3_RAol-56" parent="1" style="text;html=1;whiteSpace=wrap;strokeColor=none;fillColor=none;align=center;verticalAlign=middle;rounded=0;" value="1" vertex="1">
          <mxGeometry height="30" width="60" x="740" y="514" as="geometry" />
        </mxCell>
        <mxCell id="jESeQl03y5kgQQ3_RAol-57" parent="1" style="text;html=1;whiteSpace=wrap;strokeColor=none;fillColor=none;align=center;verticalAlign=middle;rounded=0;" value="1" vertex="1">
          <mxGeometry height="30" width="60" x="800" y="585" as="geometry" />
        </mxCell>
        <mxCell id="jESeQl03y5kgQQ3_RAol-58" edge="1" parent="1" source="jESeQl03y5kgQQ3_RAol-25" style="endArrow=classic;html=1;rounded=0;exitX=0.468;exitY=0.973;exitDx=0;exitDy=0;exitPerimeter=0;entryX=0.5;entryY=0;entryDx=0;entryDy=0;endFill=1;" target="jESeQl03y5kgQQ3_RAol-38" value="">
          <mxGeometry height="50" relative="1" width="50" as="geometry">
            <mxPoint x="680" y="650" as="sourcePoint" />
            <mxPoint x="730" y="600" as="targetPoint" />
          </mxGeometry>
        </mxCell>
        <mxCell id="jESeQl03y5kgQQ3_RAol-59" parent="1" style="text;html=1;whiteSpace=wrap;strokeColor=none;fillColor=none;align=center;verticalAlign=middle;rounded=0;" value="0...*" vertex="1">
          <mxGeometry height="30" width="60" x="602" y="910" as="geometry" />
        </mxCell>
        <mxCell id="jESeQl03y5kgQQ3_RAol-60" parent="1" style="text;html=1;whiteSpace=wrap;strokeColor=none;fillColor=none;align=center;verticalAlign=middle;rounded=0;" value="1" vertex="1">
          <mxGeometry height="30" width="60" x="596" y="807" as="geometry" />
        </mxCell>
        <mxCell id="jESeQl03y5kgQQ3_RAol-61" edge="1" parent="1" source="jESeQl03y5kgQQ3_RAol-34" style="endArrow=none;html=1;rounded=0;entryX=0.511;entryY=0.983;entryDx=0;entryDy=0;entryPerimeter=0;exitX=0.5;exitY=0;exitDx=0;exitDy=0;startArrow=classic;startFill=1;" target="jESeQl03y5kgQQ3_RAol-29" value="">
          <mxGeometry height="50" relative="1" width="50" as="geometry">
            <mxPoint x="640" y="770" as="sourcePoint" />
            <mxPoint x="690" y="720" as="targetPoint" />
          </mxGeometry>
        </mxCell>
        <mxCell id="jESeQl03y5kgQQ3_RAol-62" parent="1" style="text;html=1;whiteSpace=wrap;strokeColor=none;fillColor=none;align=center;verticalAlign=middle;rounded=0;" value="1" vertex="1">
-           <mxGeometry height="30" width="60" x="330" y="774" as="geometry" />
+           <mxGeometry height="30" width="60" x="330" y="794" as="geometry" />
        </mxCell>
        <mxCell id="jESeQl03y5kgQQ3_RAol-63" parent="1" style="text;html=1;whiteSpace=wrap;strokeColor=none;fillColor=none;align=center;verticalAlign=middle;rounded=0;" value="0...*" vertex="1">
-           <mxGeometry height="30" width="60" x="340" y="851" as="geometry" />
-         </mxCell>
-         <mxCell id="jESeQl03y5kgQQ3_RAol-67" edge="1" parent="1" source="jESeQl03y5kgQQ3_RAol-26" style="endArrow=none;html=1;rounded=0;entryX=0.508;entryY=0.982;entryDx=0;entryDy=0;exitX=0.5;exitY=0;exitDx=0;exitDy=0;entryPerimeter=0;startArrow=classic;startFill=1;" target="jESeQl03y5kgQQ3_RAol-13" value="">
-           <mxGeometry height="50" relative="1" width="50" as="geometry">
-             <mxPoint x="330" y="550" as="sourcePoint" />
-             <mxPoint x="380" y="500" as="targetPoint" />
-           </mxGeometry>
-         </mxCell>
-         <mxCell id="jESeQl03y5kgQQ3_RAol-68" parent="1" style="text;html=1;whiteSpace=wrap;strokeColor=none;fillColor=none;align=center;verticalAlign=middle;rounded=0;" value="1" vertex="1">
-           <mxGeometry height="30" width="60" x="354" y="420" as="geometry" />
+           <mxGeometry height="30" width="60" x="340" y="870" as="geometry" />
        </mxCell>
        <mxCell id="jESeQl03y5kgQQ3_RAol-69" parent="1" style="text;html=1;whiteSpace=wrap;strokeColor=none;fillColor=none;align=center;verticalAlign=middle;rounded=0;" value="1" vertex="1">
          <mxGeometry height="30" width="60" x="316" y="584.5" as="geometry" />
        </mxCell>
        <mxCell id="jESeQl03y5kgQQ3_RAol-70" edge="1" parent="1" source="jESeQl03y5kgQQ3_RAol-13" style="endArrow=classic;html=1;rounded=0;exitX=0.894;exitY=1.082;exitDx=0;exitDy=0;entryX=0.25;entryY=0;entryDx=0;entryDy=0;endFill=1;exitPerimeter=0;" target="jESeQl03y5kgQQ3_RAol-22" value="">
          <mxGeometry height="50" relative="1" width="50" as="geometry">
            <Array as="points" />
            <mxPoint x="480" y="560" as="sourcePoint" />
            <mxPoint x="530" y="510" as="targetPoint" />
          </mxGeometry>
        </mxCell>
        <mxCell id="jESeQl03y5kgQQ3_RAol-72" parent="1" style="text;html=1;whiteSpace=wrap;strokeColor=none;fillColor=none;align=center;verticalAlign=middle;rounded=0;" value="0...*" vertex="1">
          <mxGeometry height="30" width="60" x="520" y="585" as="geometry" />
        </mxCell>
        <mxCell id="jESeQl03y5kgQQ3_RAol-73" parent="1" style="text;html=1;whiteSpace=wrap;strokeColor=none;fillColor=none;align=center;verticalAlign=middle;rounded=0;" value="makes" vertex="1">
          <mxGeometry height="30" width="60" x="665" y="300" as="geometry" />
        </mxCell>
        <mxCell id="jESeQl03y5kgQQ3_RAol-74" parent="1" style="text;html=1;whiteSpace=wrap;strokeColor=none;fillColor=none;align=center;verticalAlign=middle;rounded=0;" value="pays" vertex="1">
          <mxGeometry height="30" width="60" x="832" y="344" as="geometry" />
        </mxCell>
        <mxCell id="jESeQl03y5kgQQ3_RAol-75" parent="1" style="text;html=1;whiteSpace=wrap;strokeColor=none;fillColor=none;align=center;verticalAlign=middle;rounded=0;" value="writes" vertex="1">
          <mxGeometry height="30" width="60" x="950" y="390" as="geometry" />
        </mxCell>
        <mxCell id="jESeQl03y5kgQQ3_RAol-76" parent="1" style="text;html=1;whiteSpace=wrap;strokeColor=none;fillColor=none;align=center;verticalAlign=middle;rounded=0;" value="has" vertex="1">
          <mxGeometry height="30" width="60" x="780" y="530" as="geometry" />
        </mxCell>
        <mxCell id="jESeQl03y5kgQQ3_RAol-77" parent="1" style="text;html=1;whiteSpace=wrap;strokeColor=none;fillColor=none;align=center;verticalAlign=middle;rounded=0;" value="includes" vertex="1">
          <mxGeometry height="30" width="60" x="640" y="530" as="geometry" />
        </mxCell>
        <mxCell id="jESeQl03y5kgQQ3_RAol-78" parent="1" style="text;html=1;whiteSpace=wrap;strokeColor=none;fillColor=none;align=center;verticalAlign=middle;rounded=0;" value="receives" vertex="1">
          <mxGeometry height="30" width="60" x="558" y="860" as="geometry" />
        </mxCell>
        <mxCell id="jESeQl03y5kgQQ3_RAol-79" parent="1" style="text;html=1;whiteSpace=wrap;strokeColor=none;fillColor=none;align=center;verticalAlign=middle;rounded=0;" value="contains" vertex="1">
          <mxGeometry height="30" width="60" x="290" y="810" as="geometry" />
        </mxCell>
        <mxCell id="jESeQl03y5kgQQ3_RAol-82" parent="1" style="text;html=1;whiteSpace=wrap;strokeColor=none;fillColor=none;align=center;verticalAlign=middle;rounded=0;" value="owns" vertex="1">
-           <mxGeometry height="30" width="60" x="480" y="450" as="geometry" />
+           <mxGeometry height="30" width="60" x="510" y="470" as="geometry" />
        </mxCell>
        <mxCell id="35YEVfm2BZDibre-vuV9-3" edge="1" parent="1" source="jESeQl03y5kgQQ3_RAol-11" style="edgeStyle=orthogonalEdgeStyle;rounded=0;orthogonalLoop=1;jettySize=auto;html=1;entryX=1.01;entryY=0.155;entryDx=0;entryDy=0;entryPerimeter=0;" target="jESeQl03y5kgQQ3_RAol-31">
          <mxGeometry relative="1" as="geometry" />
        </mxCell>
        <mxCell id="35YEVfm2BZDibre-vuV9-4" parent="1" style="text;html=1;whiteSpace=wrap;strokeColor=none;fillColor=none;align=center;verticalAlign=middle;rounded=0;" value="Geerates" vertex="1">
-           <mxGeometry height="30" width="60" x="230" y="370" as="geometry" />
-         </mxCell>
-         <mxCell id="35YEVfm2BZDibre-vuV9-5" parent="1" style="text;html=1;whiteSpace=wrap;strokeColor=none;fillColor=none;align=center;verticalAlign=middle;rounded=0;" value="1" vertex="1">
-           <mxGeometry height="30" width="60" x="280" y="290" as="geometry" />
+           <mxGeometry height="30" width="60" x="240" y="374" as="geometry" />
        </mxCell>
        <mxCell id="35YEVfm2BZDibre-vuV9-6" parent="1" style="text;html=1;whiteSpace=wrap;strokeColor=none;fillColor=none;align=center;verticalAlign=middle;rounded=0;" value="0..*" vertex="1">
          <mxGeometry height="30" width="60" x="240" y="430" as="geometry" />
        </mxCell>
        <mxCell id="35YEVfm2BZDibre-vuV9-7" edge="1" parent="1" source="jESeQl03y5kgQQ3_RAol-5" style="edgeStyle=orthogonalEdgeStyle;rounded=0;orthogonalLoop=1;jettySize=auto;html=1;entryX=0.25;entryY=0;entryDx=0;entryDy=0;dashed=1;dashPattern=1 2;" target="jESeQl03y5kgQQ3_RAol-30">
          <mxGeometry relative="1" as="geometry" />
        </mxCell>
        <mxCell id="35YEVfm2BZDibre-vuV9-8" parent="1" style="text;html=1;whiteSpace=wrap;strokeColor=none;fillColor=none;align=center;verticalAlign=middle;rounded=0;" value="&amp;lt;&amp;lt;views&amp;gt;&amp;gt;&lt;span style=&quot;color: rgba(0, 0, 0, 0); font-family: monospace; font-size: 0px; text-align: start; white-space: nowrap;&quot;&gt;%3CmxGraphModel%3E%3Croot%3E%3CmxCell%20id%3D%220%22%2F%3E%3CmxCell%20id%3D%221%22%20parent%3D%220%22%2F%3E%3CmxCell%20id%3D%222%22%20parent%3D%221%22%20style%3D%22text%3Bhtml%3D1%3BwhiteSpace%3Dwrap%3BstrokeColor%3Dnone%3BfillColor%3Dnone%3Balign%3Dcenter%3BverticalAlign%3Dmiddle%3Brounded%3D0%3B%22%20value%3D%221%22%20vertex%3D%221%22%3E%3CmxGeometry%20height%3D%2230%22%20width%3D%2260%22%20x%3D%22280%22%20y%3D%22290%22%20as%3D%22geometry%22%2F%3E%3C%2FmxCell%3E%3C%2Froot%3E%3C%2FmxGraphModel%3E&lt;/span&gt;" vertex="1">
          <mxGeometry height="30" width="60" x="80" y="350" as="geometry" />
        </mxCell>
        <mxCell id="35YEVfm2BZDibre-vuV9-9" parent="1" style="text;html=1;whiteSpace=wrap;strokeColor=none;fillColor=none;align=center;verticalAlign=middle;rounded=0;" value="1" vertex="1">
-           <mxGeometry height="30" width="60" x="470" y="310" as="geometry" />
+           <mxGeometry height="30" width="60" x="498" y="440" as="geometry" />
+         </mxCell>
+         <mxCell id="35YEVfm2BZDibre-vuV9-12" edge="1" parent="1" source="jESeQl03y5kgQQ3_RAol-26" style="endArrow=none;html=1;rounded=0;exitX=0.5;exitY=0;exitDx=0;exitDy=0;startArrow=classic;startFill=1;" target="jESeQl03y5kgQQ3_RAol-13" value="">
+           <mxGeometry height="50" relative="1" width="50" as="geometry">
+             <mxPoint x="346" y="630" as="sourcePoint" />
+             <mxPoint x="435.28" y="459.46000000000004" as="targetPoint" />
+           </mxGeometry>
+         </mxCell>
+         <mxCell id="35YEVfm2BZDibre-vuV9-14" parent="1" style="text;html=1;whiteSpace=wrap;strokeColor=none;fillColor=none;align=center;verticalAlign=middle;rounded=0;" value="1" vertex="1">
+           <mxGeometry height="30" width="60" x="310" y="300" as="geometry" />
+         </mxCell>
+         <mxCell id="35YEVfm2BZDibre-vuV9-15" parent="1" style="text;html=1;whiteSpace=wrap;strokeColor=none;fillColor=none;align=center;verticalAlign=middle;rounded=0;" value="1" vertex="1">
+           <mxGeometry height="30" width="60" x="380" y="430" as="geometry" />
        </mxCell>
      </root>
    </mxGraphModel>
  </diagram>
</mxfile>
